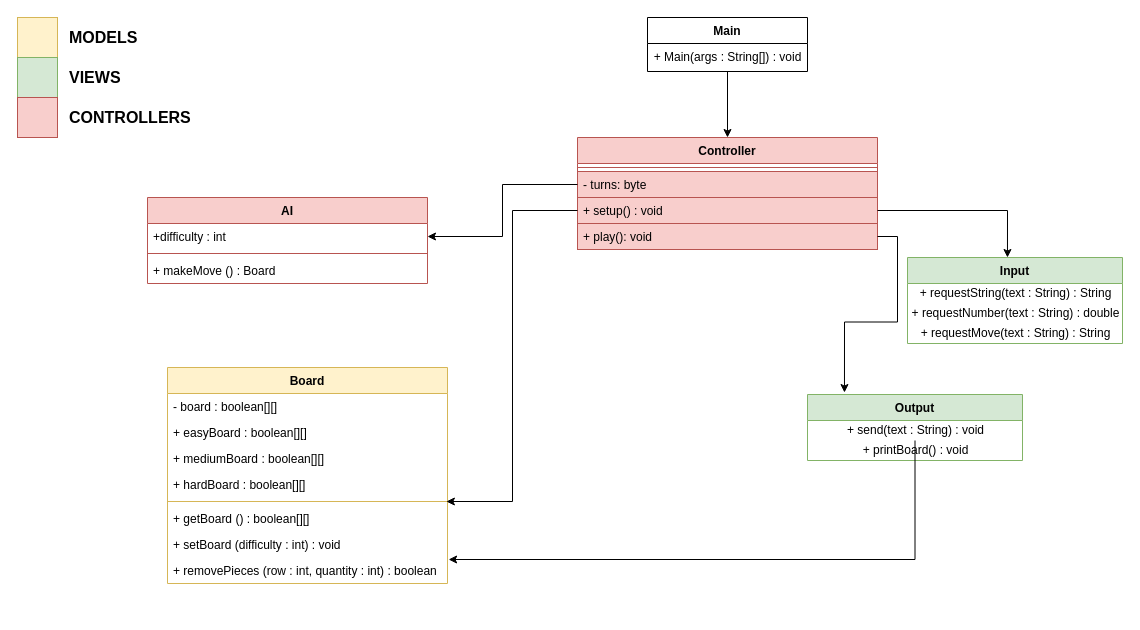
Above: UML-PSE.drawio in EShrestha/PSE-GameOfNim (draw.io), before the change. Source tidied: cells renumbered, new cells numbered last; positions are measured from the earlier drawing's top-left corner, leaving out a move shared by most shapes. Both pictures are drawn from the tidied source at 100%, with x=0, y=0 at pixel (17, 17).
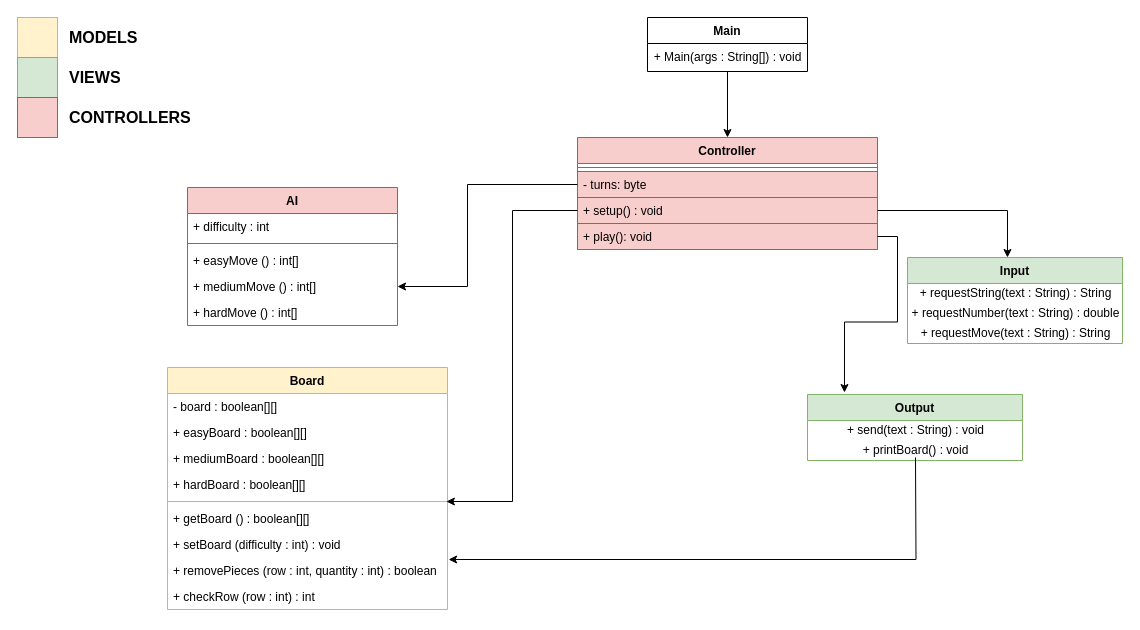
Above is the later version.

The change refers to these unchanged cells:
```xml
<mxCell id="16" value="+ send(text : String) : void" style="text;html=1;align=center;verticalAlign=middle;points=[];" parent="15" vertex="1">
  <mxGeometry y="26" width="215" height="20" as="geometry" />
</mxCell>
<mxCell id="20" value="- turns: byte" style="text;strokeColor=#b85450;fillColor=#f8cecc;align=left;verticalAlign=top;spacingLeft=4;spacingRight=4;overflow=hidden;points=[[0,0.5],[1,0.5]];portConstraint=eastwest;" parent="18" vertex="1">
  <mxGeometry y="34" width="300" height="26" as="geometry" />
</mxCell>
<mxCell id="35" value="+ removePieces (row : int, quantity : int) : boolean" style="text;fillColor=none;align=left;verticalAlign=top;spacingLeft=4;spacingRight=4;overflow=hidden;points=[[0,0.5],[1,0.5]];portConstraint=eastwest;" parent="27" vertex="1">
  <mxGeometry y="190" width="280" height="26" as="geometry" />
</mxCell>
```

What changed in the source:
```diff
@@
-    <mxCell id="23" value="AI" style="swimlane;fontStyle=1;align=center;verticalAlign=top;horizontal=1;startSize=26;fillColor=#f8cecc;strokeColor=#b85450;" parent="1" vertex="1">
-      <mxGeometry x="130" y="180" width="280" height="86" as="geometry" />
-    </mxCell>
-    <mxCell id="24" value="+difficulty : int" style="text;strokeColor=none;fillColor=none;align=left;verticalAlign=top;spacingLeft=4;spacingRight=4;overflow=hidden;points=[[0,0.5],[1,0.5]];portConstraint=eastwest;" parent="23" vertex="1">
-      <mxGeometry y="26" width="280" height="26" as="geometry" />
-    </mxCell>
-    <mxCell id="25" style="line;strokeWidth=1;fillColor=#f8cecc;align=left;verticalAlign=middle;spacingTop=-1;spacingLeft=3;spacingRight=3;labelPosition=right;strokeColor=#b85450;" parent="23" vertex="1">
-      <mxGeometry y="52" width="280" height="8" as="geometry" />
-    </mxCell>
-    <mxCell id="26" value="+ makeMove () : Board" style="text;strokeColor=none;fillColor=none;align=left;verticalAlign=top;spacingLeft=4;spacingRight=4;overflow=hidden;" parent="23" vertex="1">
-      <mxGeometry y="60" width="280" height="26" as="geometry" />
-    </mxCell>
     <mxCell id="27" value="Board" style="swimlane;fontStyle=1;align=center;verticalAlign=top;horizontal=1;startSize=26;fillColor=#fff2cc;strokeColor=#d6b656;" parent="1" vertex="1">
-      <mxGeometry x="150" y="350" width="280" height="216" as="geometry" />
+      <mxGeometry x="150" y="350" width="280" height="242" as="geometry" />
     </mxCell>
@@
+    <mxCell id="41" value="+ checkRow (row : int) : int" style="text;fillColor=none;align=left;verticalAlign=top;spacingLeft=4;spacingRight=4;overflow=hidden;" parent="27" vertex="1">
+      <mxGeometry y="216" width="280" height="26" as="geometry" />
+    </mxCell>
-    <mxCell id="36" style="edgeStyle=orthogonalEdgeStyle;rounded=0;jettySize=auto;html=1;" parent="1" edge="1" source="20" target="24">
-      <mxGeometry relative="1" as="geometry" />
+    <mxCell id="36" style="edgeStyle=orthogonalEdgeStyle;rounded=0;jettySize=auto;html=1;entryX=1;entryY=0.5;entryDx=0;entryDy=0;" parent="1" edge="1" source="20" target="45">
+      <mxGeometry relative="1" as="geometry">
+        <Array as="points">
+          <mxPoint x="450" y="167" />
+          <mxPoint x="450" y="269" />
+        </Array>
+      </mxGeometry>
     </mxCell>
@@
-    <mxCell id="40" style="edgeStyle=orthogonalEdgeStyle;rounded=0;jettySize=auto;html=1;entryX=1.004;entryY=0.077;entryDx=0;entryDy=0;entryPerimeter=0;" parent="1" edge="1" source="16" target="35">
-      <mxGeometry relative="1" as="geometry" />
+    <mxCell id="40" style="edgeStyle=orthogonalEdgeStyle;rounded=0;jettySize=auto;html=1;entryX=1.004;entryY=0.077;entryDx=0;entryDy=0;entryPerimeter=0;" parent="1" edge="1" target="35">
+      <mxGeometry relative="1" as="geometry">
+        <mxPoint x="898" y="440" as="sourcePoint" />
+      </mxGeometry>
     </mxCell>
+    <mxCell id="23" value="AI" style="swimlane;fontStyle=1;align=center;verticalAlign=top;horizontal=1;startSize=26;fillColor=#f8cecc;strokeColor=#b85450;" parent="1" vertex="1">
+      <mxGeometry x="170" y="170" width="210" height="138" as="geometry" />
+    </mxCell>
+    <mxCell id="42" value="+ difficulty : int" style="text;strokeColor=none;fillColor=none;align=left;verticalAlign=top;spacingLeft=4;spacingRight=4;overflow=hidden;" parent="23" vertex="1">
+      <mxGeometry y="26" width="210" height="26" as="geometry" />
+    </mxCell>
+    <mxCell id="43" style="line;strokeWidth=1;fillColor=#f8cecc;align=left;verticalAlign=middle;spacingTop=-1;spacingLeft=3;spacingRight=3;labelPosition=right;strokeColor=#b85450;" parent="23" vertex="1">
+      <mxGeometry y="52" width="210" height="8" as="geometry" />
+    </mxCell>
+    <mxCell id="44" value="+ easyMove () : int[]" style="text;strokeColor=none;fillColor=none;align=left;verticalAlign=top;spacingLeft=4;spacingRight=4;overflow=hidden;" parent="23" vertex="1">
+      <mxGeometry y="60" width="210" height="26" as="geometry" />
+    </mxCell>
+    <mxCell id="45" value="+ mediumMove () : int[]" style="text;strokeColor=none;fillColor=none;align=left;verticalAlign=top;spacingLeft=4;spacingRight=4;overflow=hidden;points=[[0,0.5],[1,0.5]];portConstraint=eastwest;" parent="23" vertex="1">
+      <mxGeometry y="86" width="210" height="26" as="geometry" />
+    </mxCell>
+    <mxCell id="46" value="+ hardMove () : int[]" style="text;strokeColor=none;fillColor=none;align=left;verticalAlign=top;spacingLeft=4;spacingRight=4;overflow=hidden;" parent="23" vertex="1">
+      <mxGeometry y="112" width="210" height="26" as="geometry" />
+    </mxCell>
```
